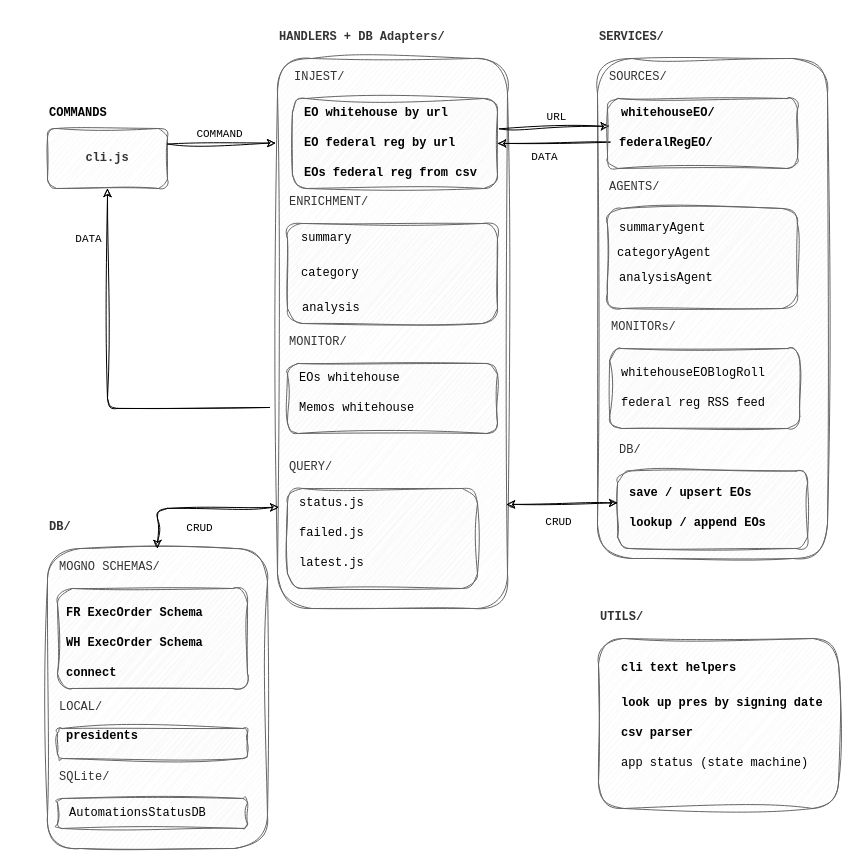
This is plan.drawio from brienjl/policy-scoop-cli, a draw.io file, before an edit. Source tidied: cells renumbered, new cells numbered last; positions are measured from the earlier drawing's top-left corner, leaving out a move shared by most shapes. Both pictures are drawn from the tidied source at 100%, with x=0, y=0 at pixel (47, 58).
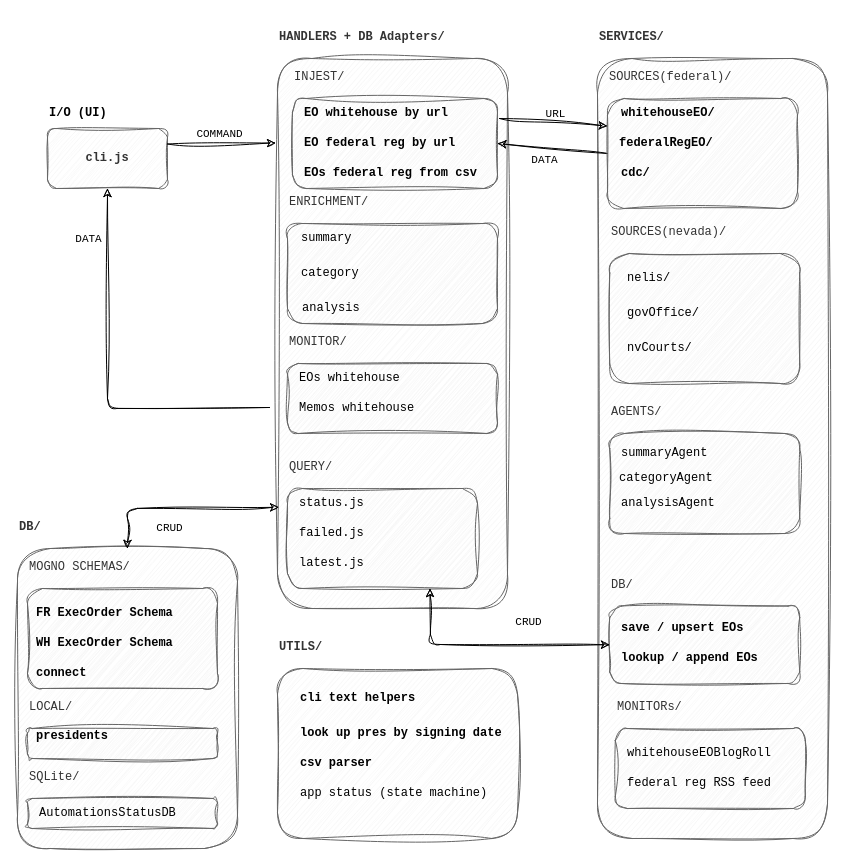
The same diagram, later.

The change refers to these unchanged cells:
```xml
<mxCell id="2" value="&lt;pre&gt;&lt;b&gt;HANDLERS + DB Adapters/&lt;/b&gt;&lt;/pre&gt;" style="rounded=1;whiteSpace=wrap;html=1;horizontal=1;labelPosition=center;verticalLabelPosition=top;align=left;verticalAlign=bottom;fillColor=#f5f5f5;strokeColor=#666666;fontColor=#333333;gradientColor=none;glass=0;sketch=1;curveFitting=1;jiggle=2;" parent="1" vertex="1">
  <mxGeometry x="230" width="230" height="550" as="geometry" />
</mxCell>
<mxCell id="3" style="group;align=left;glass=1;shadow=0;fontStyle=1;" parent="1" vertex="1">
  <mxGeometry y="40" width="120" height="90" as="geometry" />
</mxCell>
<mxCell id="22" value="&lt;pre&gt;QUERY/&lt;/pre&gt;" style="rounded=1;whiteSpace=wrap;html=1;fillColor=#f5f5f5;strokeColor=#666666;fontColor=#333333;labelPosition=center;verticalLabelPosition=top;align=left;verticalAlign=bottom;sketch=1;curveFitting=1;jiggle=2;" parent="1" vertex="1">
  <mxGeometry x="240" y="430" width="190" height="100" as="geometry" />
</mxCell>
<mxCell id="36" value="&lt;pre&gt;INJEST/&lt;/pre&gt;" style="rounded=1;whiteSpace=wrap;html=1;fillColor=#f5f5f5;strokeColor=#666666;fontColor=#333333;labelPosition=center;verticalLabelPosition=top;align=left;verticalAlign=bottom;sketch=1;curveFitting=1;jiggle=2;" parent="1" vertex="1">
  <mxGeometry x="245" y="40" width="205" height="90" as="geometry" />
</mxCell>
```

Diff of the diagram source:
```diff
@@
-    <mxCell id="5" value="&lt;pre&gt;&lt;b&gt;COMMANDS&lt;/b&gt;&lt;/pre&gt;" style="text;html=1;align=left;verticalAlign=middle;whiteSpace=wrap;rounded=0;" parent="3" vertex="1">
+    <mxCell id="5" value="&lt;pre&gt;&lt;b&gt;I/O (UI)&lt;/b&gt;&lt;/pre&gt;" style="text;html=1;align=left;verticalAlign=middle;whiteSpace=wrap;rounded=0;" parent="3" vertex="1">
       <mxGeometry width="120" height="30" as="geometry" />
     </mxCell>
     <mxCell id="6" value="&lt;pre&gt;&lt;b&gt;SERVICES/&lt;/b&gt;&lt;/pre&gt;" style="rounded=1;whiteSpace=wrap;html=1;horizontal=1;labelPosition=center;verticalLabelPosition=top;align=left;verticalAlign=bottom;fillColor=#f5f5f5;strokeColor=#666666;fontColor=#333333;gradientColor=none;glass=0;sketch=1;curveFitting=1;jiggle=2;" parent="1" vertex="1">
-      <mxGeometry x="550" width="230" height="500" as="geometry" />
+      <mxGeometry x="550" width="230" height="780" as="geometry" />
     </mxCell>
     <mxCell id="7" value="&lt;pre&gt;&lt;b&gt;DB/&lt;/b&gt;&lt;/pre&gt;" style="rounded=1;whiteSpace=wrap;html=1;horizontal=1;labelPosition=center;verticalLabelPosition=top;align=left;verticalAlign=bottom;fillColor=#f5f5f5;strokeColor=#666666;glass=0;sketch=1;curveFitting=1;jiggle=2;fontColor=#333333;" parent="1" vertex="1">
-      <mxGeometry y="490" width="220" height="300" as="geometry" />
+      <mxGeometry x="-30" y="490" width="220" height="300" as="geometry" />
     </mxCell>
     <mxCell id="8" value="&lt;pre&gt;MONITORs/&lt;/pre&gt;" style="rounded=1;whiteSpace=wrap;html=1;fillColor=#f5f5f5;strokeColor=#666666;fontColor=#333333;labelPosition=center;verticalLabelPosition=top;align=left;verticalAlign=bottom;sketch=1;curveFitting=1;jiggle=2;" parent="1" vertex="1">
-      <mxGeometry x="562.2" y="290" width="190" height="80" as="geometry" />
+      <mxGeometry x="567.8" y="670" width="190" height="80" as="geometry" />
     </mxCell>
     <mxCell id="9" value="&lt;pre&gt;whitehouseEOBlogRoll&lt;/pre&gt;" style="text;html=1;align=left;verticalAlign=middle;whiteSpace=wrap;rounded=0;" parent="1" vertex="1">
-      <mxGeometry x="572.3" y="300" width="169.8" height="30" as="geometry" />
+      <mxGeometry x="577.9" y="680" width="169.8" height="30" as="geometry" />
     </mxCell>
     <mxCell id="10" style="group;" parent="1" vertex="1">
-      <mxGeometry x="10" y="530" width="190" height="100" as="geometry" />
+      <mxGeometry x="-20" y="530" width="190" height="100" as="geometry" />
     </mxCell>
@@
-    <mxCell id="15" style="endArrow=classic;html=1;entryX=0.01;entryY=0.395;entryDx=0;entryDy=0;entryPerimeter=0;sketch=1;curveFitting=1;jiggle=2;exitX=1.009;exitY=0.337;exitDx=0;exitDy=0;exitPerimeter=0;" parent="1" edge="1" source="36" target="19">
-      <mxGeometry relative="1" as="geometry" />
+    <mxCell id="15" style="endArrow=classic;html=1;entryX=0;entryY=0.25;entryDx=0;entryDy=0;sketch=1;curveFitting=1;jiggle=2;" parent="1" edge="1" target="19">
+      <mxGeometry relative="1" as="geometry">
+        <mxPoint x="452" y="60" as="sourcePoint" />
+      </mxGeometry>
     </mxCell>
@@
-    <mxCell id="17" style="endArrow=classic;html=1;entryX=1;entryY=0.5;entryDx=0;entryDy=0;sketch=1;curveFitting=1;jiggle=2;exitX=0.015;exitY=0.624;exitDx=0;exitDy=0;exitPerimeter=0;" parent="1" edge="1" source="19" target="36">
+    <mxCell id="17" style="endArrow=classic;html=1;entryX=1;entryY=0.5;entryDx=0;entryDy=0;sketch=1;curveFitting=1;jiggle=2;exitX=0;exitY=0.5;exitDx=0;exitDy=0;" parent="1" edge="1" source="19" target="36">
       <mxGeometry relative="1" as="geometry" />
     </mxCell>
@@
-    <mxCell id="19" value="&lt;pre&gt;SOURCES/&lt;/pre&gt;" style="rounded=1;whiteSpace=wrap;html=1;fillColor=#f5f5f5;strokeColor=#666666;fontColor=#333333;labelPosition=center;verticalLabelPosition=top;align=left;verticalAlign=bottom;sketch=1;curveFitting=1;jiggle=2;" parent="1" vertex="1">
-      <mxGeometry x="560" y="40" width="190" height="70" as="geometry" />
+    <mxCell id="19" value="&lt;pre&gt;SOURCES(federal)/&lt;/pre&gt;" style="rounded=1;whiteSpace=wrap;html=1;fillColor=#f5f5f5;strokeColor=#666666;fontColor=#333333;labelPosition=center;verticalLabelPosition=top;align=left;verticalAlign=bottom;sketch=1;curveFitting=1;jiggle=2;" parent="1" vertex="1">
+      <mxGeometry x="560" y="40" width="190" height="110" as="geometry" />
     </mxCell>
@@
     <mxCell id="33" value="&lt;pre&gt;&lt;b&gt;UTILS/&lt;/b&gt;&lt;/pre&gt;" style="rounded=1;whiteSpace=wrap;html=1;horizontal=1;labelPosition=center;verticalLabelPosition=top;align=left;verticalAlign=bottom;fillColor=#f5f5f5;strokeColor=#666666;fontColor=#333333;gradientColor=none;glass=0;sketch=1;curveFitting=1;jiggle=2;" parent="1" vertex="1">
-      <mxGeometry x="551" y="580" width="240" height="170" as="geometry" />
+      <mxGeometry x="230" y="610" width="240" height="170" as="geometry" />
     </mxCell>
     <mxCell id="34" value="&lt;pre&gt;&lt;b&gt;cli text helpers&lt;/b&gt;&lt;/pre&gt;" style="text;html=1;align=left;verticalAlign=middle;whiteSpace=wrap;rounded=0;" parent="1" vertex="1">
-      <mxGeometry x="572.3" y="595" width="160" height="30" as="geometry" />
+      <mxGeometry x="251.2" y="625" width="160" height="30" as="geometry" />
     </mxCell>
     <mxCell id="35" value="&lt;pre&gt;app status (state machine)&lt;/pre&gt;" style="text;html=1;align=left;verticalAlign=middle;whiteSpace=wrap;rounded=0;" parent="1" vertex="1">
-      <mxGeometry x="572.3" y="690" width="197.9" height="30" as="geometry" />
+      <mxGeometry x="251.2" y="720" width="197.9" height="30" as="geometry" />
     </mxCell>
@@
     <mxCell id="39" value="&lt;pre&gt;&lt;b&gt;look up pres by signing date&lt;/b&gt;&lt;/pre&gt;" style="text;html=1;align=left;verticalAlign=middle;whiteSpace=wrap;rounded=0;" parent="1" vertex="1">
-      <mxGeometry x="572.3" y="630" width="192.9" height="30" as="geometry" />
+      <mxGeometry x="251.2" y="660" width="192.9" height="30" as="geometry" />
     </mxCell>
@@
     <mxCell id="41" value="&lt;pre&gt;federal reg RSS feed&lt;/pre&gt;" style="text;html=1;align=left;verticalAlign=middle;whiteSpace=wrap;rounded=0;" parent="1" vertex="1">
-      <mxGeometry x="572.3" y="330" width="169.8" height="30" as="geometry" />
+      <mxGeometry x="577.9" y="710" width="169.8" height="30" as="geometry" />
     </mxCell>
     <mxCell id="42" style="group;" parent="1" vertex="1">
-      <mxGeometry x="10" y="670" width="190" height="30" as="geometry" />
+      <mxGeometry x="-20" y="670" width="190" height="30" as="geometry" />
     </mxCell>
@@
     <mxCell id="48" value="&lt;pre&gt;DB/&lt;/pre&gt;" style="rounded=1;whiteSpace=wrap;html=1;fillColor=#f5f5f5;strokeColor=#666666;fontColor=#333333;labelPosition=center;verticalLabelPosition=top;align=left;verticalAlign=bottom;sketch=1;curveFitting=1;jiggle=2;" parent="1" vertex="1">
-      <mxGeometry x="570.1" y="412.5" width="190" height="77.5" as="geometry" />
+      <mxGeometry x="562.2" y="547.5" width="190" height="77.5" as="geometry" />
     </mxCell>
     <mxCell id="49" value="&lt;pre&gt;&lt;b&gt;save / upsert EOs&lt;/b&gt;&lt;/pre&gt;" style="text;html=1;align=left;verticalAlign=middle;whiteSpace=wrap;rounded=0;" parent="1" vertex="1">
-      <mxGeometry x="580.1" y="420" width="169.8" height="30" as="geometry" />
+      <mxGeometry x="572.2" y="555" width="169.8" height="30" as="geometry" />
     </mxCell>
     <mxCell id="50" value="&lt;pre&gt;AGENTS/&lt;/pre&gt;" style="rounded=1;whiteSpace=wrap;html=1;fillColor=#f5f5f5;strokeColor=#666666;fontColor=#333333;labelPosition=center;verticalLabelPosition=top;align=left;verticalAlign=bottom;sketch=1;curveFitting=1;jiggle=2;" parent="1" vertex="1">
-      <mxGeometry x="559.9" y="150" width="190" height="100" as="geometry" />
+      <mxGeometry x="562.2" y="375" width="190" height="100" as="geometry" />
     </mxCell>
@@
     <mxCell id="52" value="&lt;pre&gt;&lt;b&gt;csv parser&lt;/b&gt;&lt;/pre&gt;" style="text;html=1;align=left;verticalAlign=middle;whiteSpace=wrap;rounded=0;" parent="1" vertex="1">
-      <mxGeometry x="572.3" y="660" width="192.9" height="30" as="geometry" />
+      <mxGeometry x="251.2" y="690" width="192.9" height="30" as="geometry" />
     </mxCell>
-    <mxCell id="53" style="endArrow=classic;startArrow=classic;html=1;exitX=0;exitY=0.5;exitDx=0;exitDy=0;sketch=1;curveFitting=1;jiggle=2;" parent="1" edge="1">
+    <mxCell id="53" style="endArrow=classic;startArrow=classic;html=1;exitX=0;exitY=0.5;exitDx=0;exitDy=0;sketch=1;curveFitting=1;jiggle=2;entryX=0.75;entryY=1;entryDx=0;entryDy=0;" parent="1" edge="1" source="48" target="22">
       <mxGeometry relative="1" as="geometry">
-        <mxPoint x="570.1" y="444.3" as="sourcePoint" />
-        <mxPoint x="459" y="446" as="targetPoint" />
+        <Array as="points">
+          <mxPoint x="383" y="586" />
+        </Array>
       </mxGeometry>
     </mxCell>
     <mxCell id="54" value="&lt;pre&gt;&lt;b&gt;lookup / append EOs&lt;/b&gt;&lt;/pre&gt;" style="text;html=1;align=left;verticalAlign=middle;whiteSpace=wrap;rounded=0;" parent="1" vertex="1">
-      <mxGeometry x="580.1" y="450" width="169.8" height="30" as="geometry" />
+      <mxGeometry x="572.2" y="585" width="169.8" height="30" as="geometry" />
     </mxCell>
     <mxCell id="55" style="group;" parent="1" vertex="1">
-      <mxGeometry x="110" y="450" width="80" height="40" as="geometry" />
+      <mxGeometry x="80" y="450" width="80" height="40" as="geometry" />
     </mxCell>
@@
     <mxCell id="57" value="&lt;pre&gt;CRUD&lt;/pre&gt;" style="edgeLabel;html=1;align=center;verticalAlign=middle;labelBackgroundColor=none;" parent="1" vertex="1">
-      <mxGeometry x="510" y="460" as="geometry">
+      <mxGeometry x="480" y="560" as="geometry">
         <mxPoint y="3" as="offset" />
       </mxGeometry>
     </mxCell>
     <mxCell id="58" style="endArrow=classic;startArrow=classic;html=1;sketch=1;curveFitting=1;jiggle=2;entryX=0.5;entryY=0;entryDx=0;entryDy=0;exitX=0.006;exitY=0.816;exitDx=0;exitDy=0;exitPerimeter=0;" parent="1" edge="1" source="2" target="7">
       <mxGeometry relative="1" as="geometry">
         <Array as="points">
-          <mxPoint x="110" y="450" />
+          <mxPoint x="80" y="450" />
         </Array>
       </mxGeometry>
     </mxCell>
     <mxCell id="59" value="&lt;pre&gt;summaryAgent&lt;/pre&gt;" style="text;html=1;align=left;verticalAlign=middle;whiteSpace=wrap;rounded=1;sketch=1;curveFitting=1;jiggle=2;" parent="1" vertex="1">
-      <mxGeometry x="570" y="155" width="150" height="30" as="geometry" />
+      <mxGeometry x="572.3" y="380" width="150" height="30" as="geometry" />
     </mxCell>
     <mxCell id="60" value="&lt;pre&gt;categoryAgent&lt;/pre&gt;" style="text;html=1;align=left;verticalAlign=middle;whiteSpace=wrap;rounded=0;sketch=1;curveFitting=1;jiggle=2;" parent="1" vertex="1">
-      <mxGeometry x="567.8" y="180" width="146.7" height="30" as="geometry" />
+      <mxGeometry x="570.1" y="405" width="146.7" height="30" as="geometry" />
     </mxCell>
     <mxCell id="61" value="&lt;pre&gt;analysisAgent&lt;/pre&gt;" style="text;html=1;align=left;verticalAlign=middle;whiteSpace=wrap;rounded=0;glass=0;shadow=0;strokeColor=none;sketch=1;curveFitting=1;jiggle=2;" parent="1" vertex="1">
-      <mxGeometry x="570" y="205" width="150" height="30" as="geometry" />
+      <mxGeometry x="572.3" y="430" width="150" height="30" as="geometry" />
     </mxCell>
     <mxCell id="62" value="&lt;pre&gt;SQLite/&lt;/pre&gt;" style="rounded=1;whiteSpace=wrap;html=1;fillColor=#f5f5f5;strokeColor=#666666;fontColor=#333333;labelPosition=center;verticalLabelPosition=top;align=left;verticalAlign=bottom;sketch=1;curveFitting=1;jiggle=2;" parent="1" vertex="1">
-      <mxGeometry x="10" y="740" width="190" height="30" as="geometry" />
+      <mxGeometry x="-20" y="740" width="190" height="30" as="geometry" />
     </mxCell>
     <mxCell id="63" value="&lt;pre&gt;AutomationsStatusDB&lt;/pre&gt;" style="text;html=1;align=left;verticalAlign=middle;whiteSpace=wrap;rounded=0;" parent="1" vertex="1">
-      <mxGeometry x="20" y="740" width="160" height="30" as="geometry" />
+      <mxGeometry x="-10" y="740" width="160" height="30" as="geometry" />
     </mxCell>
+    <mxCell id="64" value="&lt;pre&gt;SOURCES(nevada)/&lt;/pre&gt;" style="rounded=1;whiteSpace=wrap;html=1;fillColor=#f5f5f5;strokeColor=#666666;fontColor=#333333;labelPosition=center;verticalLabelPosition=top;align=left;verticalAlign=bottom;sketch=1;curveFitting=1;jiggle=2;" parent="1" vertex="1">
+      <mxGeometry x="562.2" y="195" width="190" height="130" as="geometry" />
+    </mxCell>
+    <mxCell id="65" value="&lt;pre&gt;nelis/&lt;/pre&gt;" style="text;html=1;align=left;verticalAlign=middle;whiteSpace=wrap;rounded=0;" parent="1" vertex="1">
+      <mxGeometry x="577.9" y="205" width="169.8" height="30" as="geometry" />
+    </mxCell>
+    <mxCell id="66" value="&lt;pre&gt;govOffice/&lt;/pre&gt;" style="text;html=1;align=left;verticalAlign=middle;whiteSpace=wrap;rounded=0;" parent="1" vertex="1">
+      <mxGeometry x="577.9" y="240" width="169.8" height="30" as="geometry" />
+    </mxCell>
+    <mxCell id="67" value="&lt;pre&gt;nvCourts/&lt;/pre&gt;" style="text;html=1;align=left;verticalAlign=middle;whiteSpace=wrap;rounded=0;" parent="1" vertex="1">
+      <mxGeometry x="577.9" y="275" width="169.8" height="30" as="geometry" />
+    </mxCell>
+    <mxCell id="68" value="&lt;pre&gt;&lt;b&gt;cdc/&lt;/b&gt;&lt;/pre&gt;" style="text;html=1;align=left;verticalAlign=middle;whiteSpace=wrap;rounded=0;" parent="1" vertex="1">
+      <mxGeometry x="572.3" y="100" width="169.8" height="30" as="geometry" />
+    </mxCell>
```
